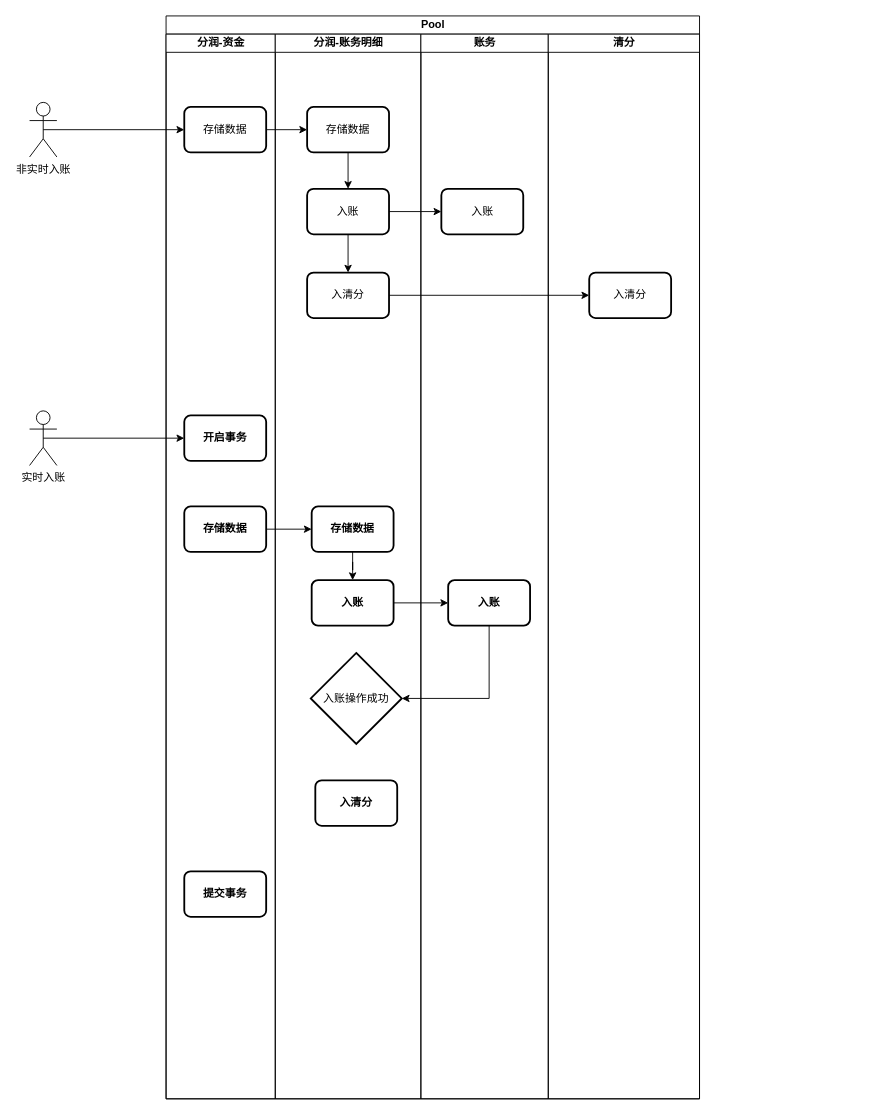
chncho/AwosomeDiagram keeps this draw.io diagram as 分润入账-数据一致性方案.drawio. Above is the earlier version. Source tidied: cells renumbered, new cells numbered last; positions are measured from the earlier drawing's top-left corner, leaving out a move shared by most shapes. Both pictures are drawn from the tidied source at 91%, with x=0, y=0 at pixel (29, 15).
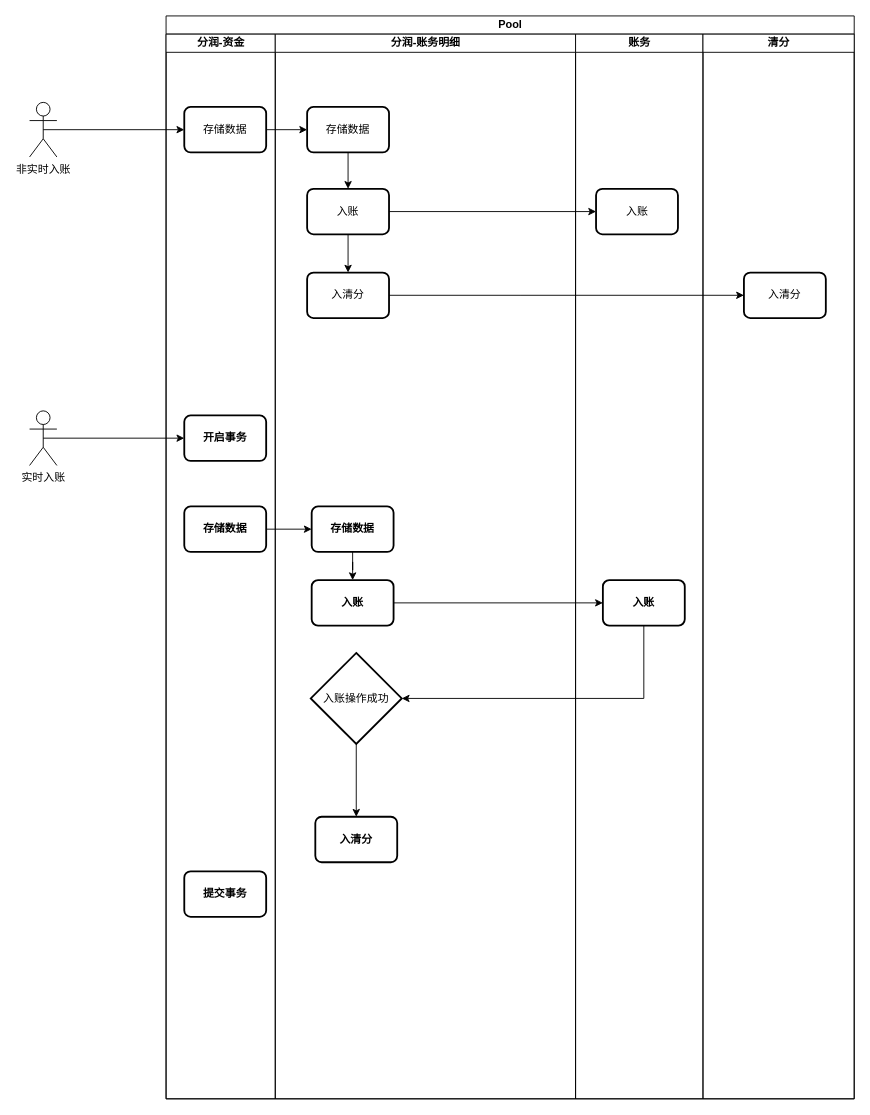
The same diagram, later.

Commit message:
更新分润入账-数据一致性方案.drawio

The change refers to these unchanged cells:
```xml
<mxCell id="17" value="入账操作成功" style="strokeWidth=2;html=1;shape=mxgraph.flowchart.decision;whiteSpace=wrap;" parent="8" vertex="1">
  <mxGeometry x="39" y="680" width="100" height="100" as="geometry" />
</mxCell>
```

The edit, as a diff of the source:
```diff
@@
     <mxCell id="2" value="Pool" style="swimlane;html=1;startSize=20;" parent="1" vertex="1">
-      <mxGeometry x="150" width="586.2" height="1190" as="geometry" />
+      <mxGeometry x="150" width="756.2" height="1190" as="geometry" />
     </mxCell>
@@
     <mxCell id="8" value="分润-账务明细" style="swimlane;html=1;startSize=20;" parent="2" vertex="1">
-      <mxGeometry x="120" y="20" width="160" height="1170" as="geometry" />
+      <mxGeometry x="120" y="20" width="330" height="1170" as="geometry" />
     </mxCell>
@@
+    <mxCell id="34" style="edgeStyle=orthogonalEdgeStyle;rounded=0;jettySize=auto;html=1;exitX=0.5;exitY=1;exitDx=0;exitDy=0;exitPerimeter=0;" parent="8" edge="1" source="17" target="18">
+      <mxGeometry relative="1" as="geometry" />
+    </mxCell>
@@
     <mxCell id="18" value="入清分" style="rounded=1;whiteSpace=wrap;html=1;absoluteArcSize=1;arcSize=14;strokeWidth=2;fontStyle=1;" parent="8" vertex="1">
-      <mxGeometry x="44" y="820" width="90" height="50" as="geometry" />
+      <mxGeometry x="44" y="860" width="90" height="50" as="geometry" />
     </mxCell>
@@
     <mxCell id="21" value="账务" style="swimlane;html=1;startSize=20;" parent="2" vertex="1">
-      <mxGeometry x="280" y="20" width="140" height="1170" as="geometry" />
+      <mxGeometry x="450" y="20" width="140" height="1170" as="geometry" />
     </mxCell>
@@
     <mxCell id="24" value="清分" style="swimlane;html=1;startSize=20;" parent="2" vertex="1">
-      <mxGeometry x="420" y="20" width="166.2" height="1170" as="geometry" />
+      <mxGeometry x="590" y="20" width="166.2" height="1170" as="geometry" />
     </mxCell>
```
